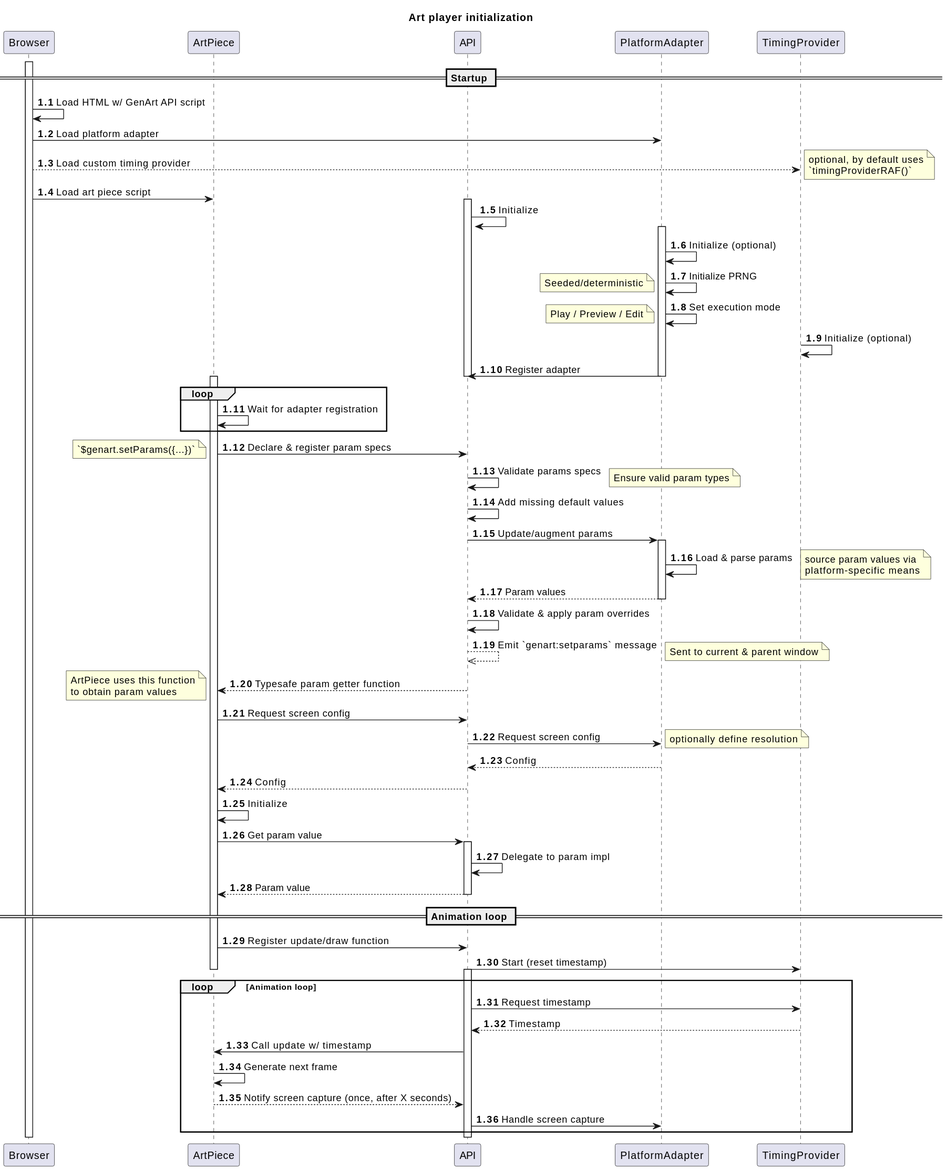
This is diagrams/lifecycle.svg from thi-ng/genart-api, a PlantUML export, as it was before one commit.
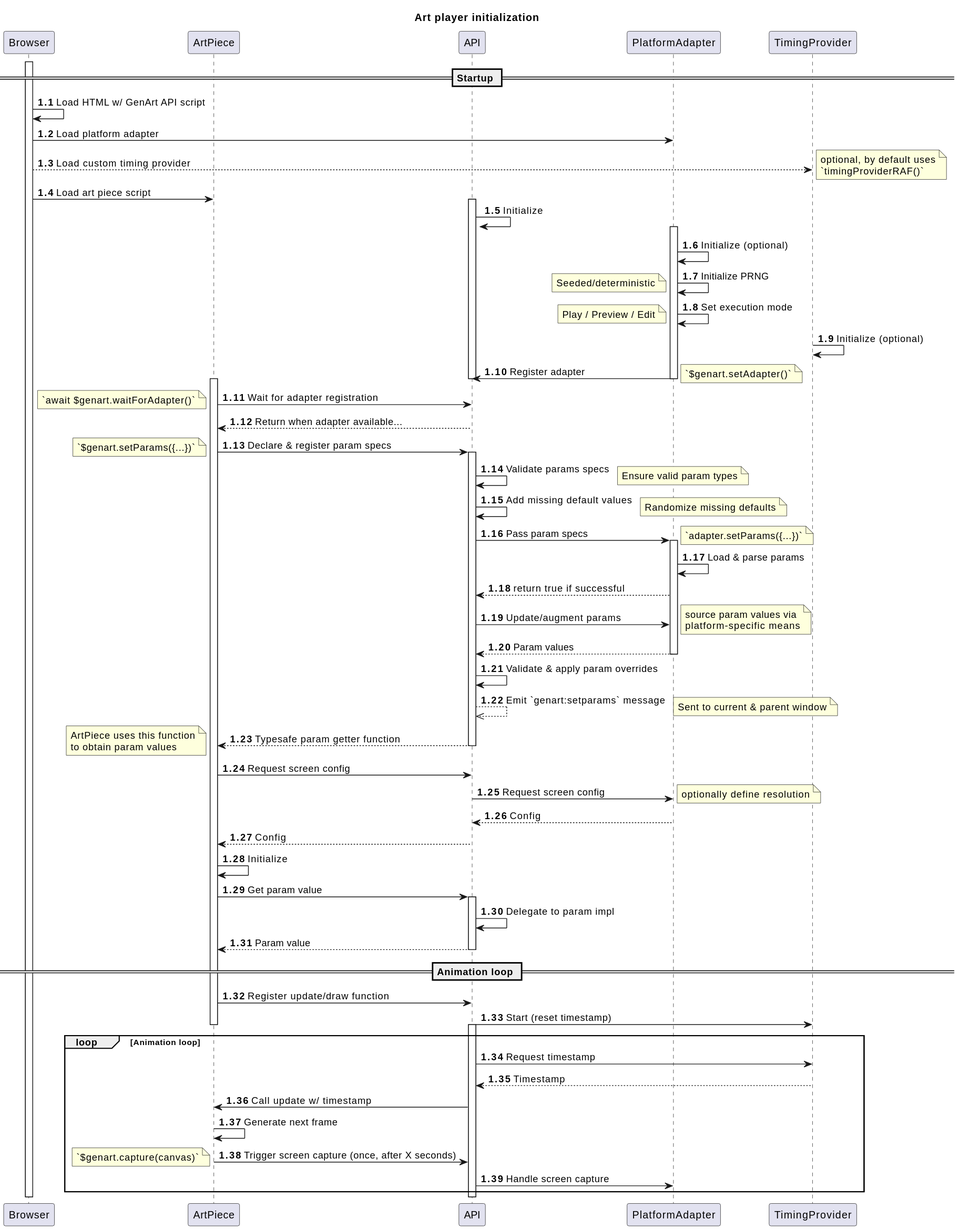
The same diagram one commit later.

Change to the diagram source:
```diff
@@ -31,35 +31,42 @@
 		TimingProvider -> TimingProvider : Initialize (optional)
 
 		PlatformAdapter -> API : Register adapter
+		note right : `$genart.setAdapter()`
 		deactivate PlatformAdapter
 	deactivate API
 
 	activate ArtPiece
-		loop
-			ArtPiece -> ArtPiece : Wait for adapter registration
-		end
+		ArtPiece -> API : Wait for adapter registration
+		note left : `await $genart.waitForAdapter()`
+		API --> ArtPiece : Return when adapter available...
 		ArtPiece -> API : Declare & register param specs
-		note left
-			`$genart.setParams({...})`
-		end note
-		API -> API : Validate params specs
-		note right : Ensure valid param types
-		API -> API : Add missing default values
-		API -> PlatformAdapter : Update/augment params
+		activate API
+			note left
+				`$genart.setParams({...})`
+			end note
+			API -> API : Validate params specs
+			note right : Ensure valid param types
+			API -> API : Add missing default values
+			note right: Randomize missing defaults
+			API -> PlatformAdapter : Pass param specs
+			note right : `adapter.setParams({...})`
+			activate PlatformAdapter
+				PlatformAdapter -> PlatformAdapter : Load & parse params
+				PlatformAdapter --> API : return true if successful
+				API -> PlatformAdapter : Update/augment params
+				note right
+					source param values via
+					platform-specific means
+				end note
+				PlatformAdapter --> API : Param values
+			deactivate PlatformAdapter
 
-		activate PlatformAdapter
-			PlatformAdapter -> PlatformAdapter : Load & parse params
-			note right
-				source param values via
-				platform-specific means
-			end note
-			PlatformAdapter --> API : Param values
-		deactivate PlatformAdapter
-		API -> API : Validate & apply param overrides
-		API -->> API : Emit `genart:setparams` message
-		note right : Sent to current & parent window
-		API --> ArtPiece : Typesafe param getter function
-		note left : ArtPiece uses this function\nto obtain param values
+			API -> API : Validate & apply param overrides
+			API -->> API : Emit `genart:setparams` message
+			note right : Sent to current & parent window
+			API --> ArtPiece : Typesafe param getter function
+			note left : ArtPiece uses this function\nto obtain param values
+		deactivate API
 
 		ArtPiece -> API : Request screen config
 		API -> PlatformAdapter : Request screen config
@@ -84,7 +91,8 @@
 			TimingProvider --> API : Timestamp
 			API -> ArtPiece : Call update w/ timestamp
 			ArtPiece -> ArtPiece : Generate next frame
-			ArtPiece --> API : Notify screen capture (once, after X seconds)
+			ArtPiece -> API : Trigger screen capture (once, after X seconds)
+			note left: `$genart.capture(canvas)`
 			API -> PlatformAdapter : Handle screen capture
 		end
 	deactivate API
```
